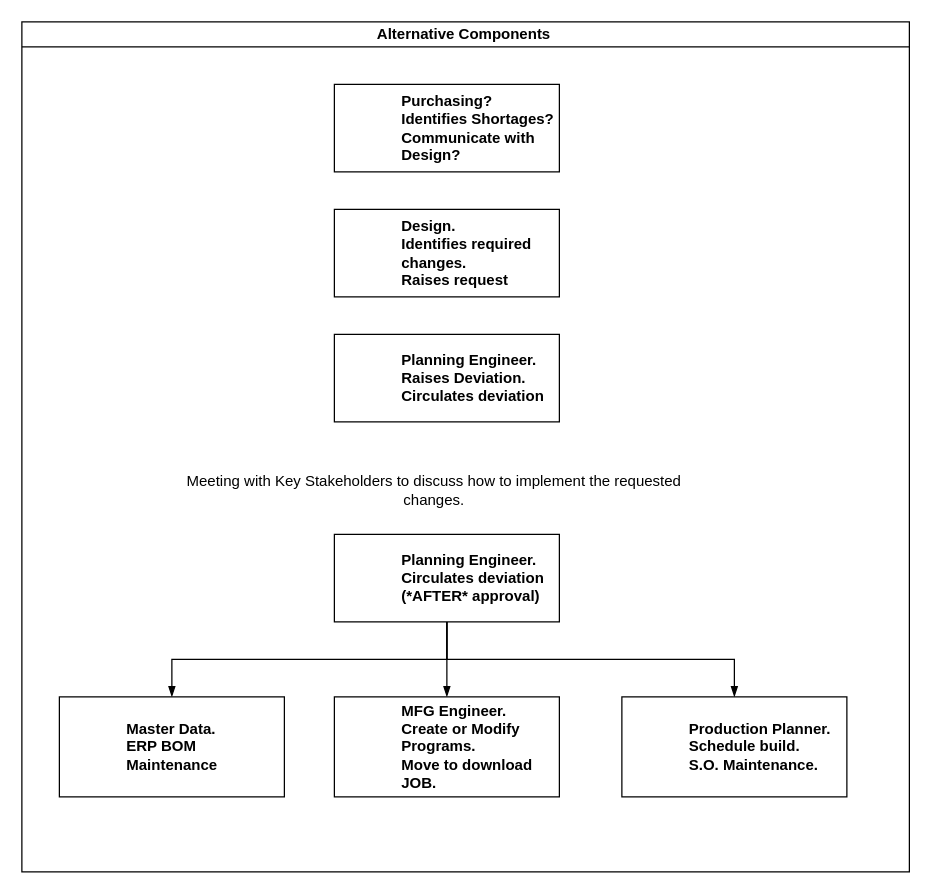
Above: Alt_Components.drawio in BertieHarte/Drawings (draw.io), before the change. Source tidied: cells renumbered, new cells numbered last; positions are measured from the earlier drawing's top-left corner, leaving out a move shared by most shapes. Both pictures are drawn from the tidied source at 125%, with x=0, y=0 at pixel (21, 21).
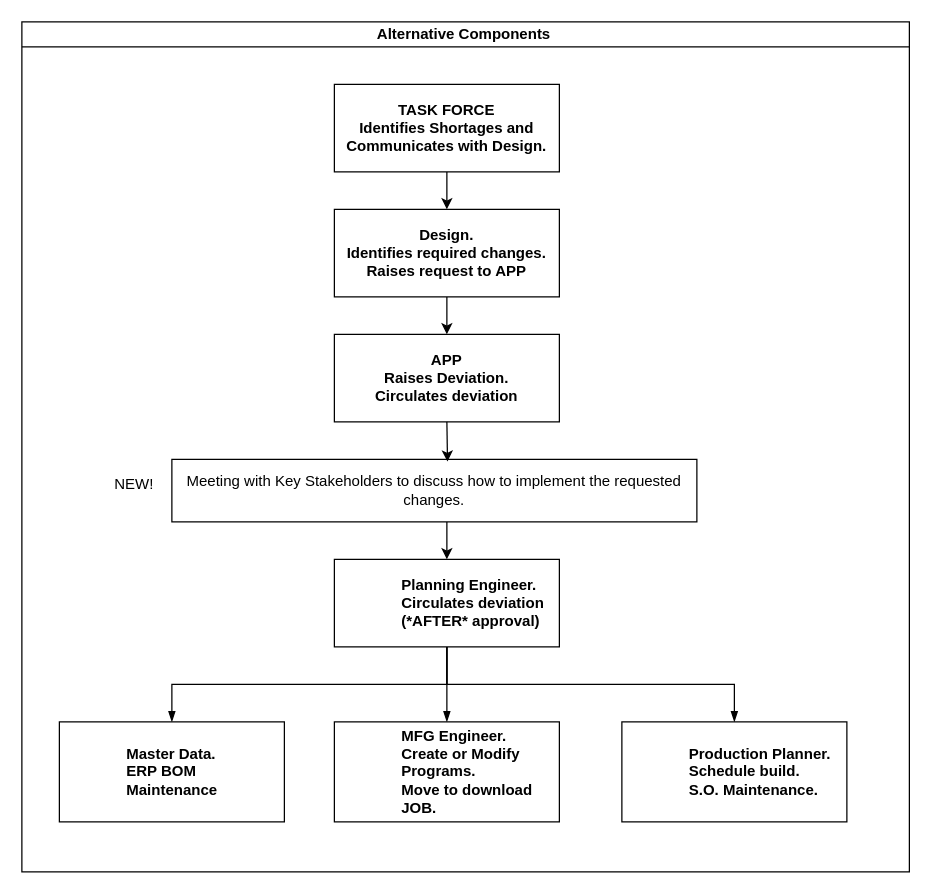
Above is the later version.

Change to the diagram source:
```diff
@@
+    <mxCell id="14" style="rounded=0;whiteSpace=wrap;html=1;align=center;" parent="1" vertex="1">
+      <mxGeometry x="120" y="350" width="420" height="50" as="geometry" />
+    </mxCell>
-    <mxCell id="2" value="Alternative Components&amp;nbsp;" style="swimlane;html=1;startSize=20;horizontal=1;containerType=tree;glass=0;" parent="1" vertex="1">
+    <mxCell id="2" value="Alternative Components&amp;nbsp;" style="swimlane;html=1;startSize=20;horizontal=1;containerType=tree;glass=0;align=center;" parent="1" vertex="1">
       <mxGeometry width="710" height="680" as="geometry" />
     </mxCell>
     <mxCell id="3" value="Planning Engineer.&lt;br&gt;Circulates deviation (*AFTER* approval)" style="label;whiteSpace=wrap;html=1;rounded=0;glass=0;" parent="2" vertex="1">
-      <mxGeometry x="250" y="410" width="180" height="70" as="geometry" />
+      <mxGeometry x="250" y="430" width="180" height="70" as="geometry" />
     </mxCell>
@@
     <mxCell id="5" value="Master Data.&lt;br&gt;ERP BOM Maintenance" style="label;whiteSpace=wrap;html=1;rounded=0;glass=0;" parent="2" vertex="1">
-      <mxGeometry x="30" y="540" width="180" height="80" as="geometry" />
+      <mxGeometry x="30" y="560" width="180" height="80" as="geometry" />
     </mxCell>
@@
     <mxCell id="7" value="MFG Engineer.&lt;br&gt;Create or Modify Programs.&lt;br&gt;Move to download JOB.&lt;br&gt;" style="label;whiteSpace=wrap;html=1;rounded=0;glass=0;" parent="2" vertex="1">
-      <mxGeometry x="250" y="540" width="180" height="80" as="geometry" />
+      <mxGeometry x="250" y="560" width="180" height="80" as="geometry" />
     </mxCell>
@@
     <mxCell id="9" value="Production Planner.&lt;br&gt;Schedule build.&lt;br&gt;S.O. Maintenance." style="label;whiteSpace=wrap;html=1;rounded=0;glass=0;" parent="2" vertex="1">
-      <mxGeometry x="480" y="540" width="180" height="80" as="geometry" />
+      <mxGeometry x="480" y="560" width="180" height="80" as="geometry" />
     </mxCell>
-    <mxCell id="10" value="Planning Engineer.&lt;br&gt;Raises Deviation.&lt;br&gt;Circulates deviation" style="label;whiteSpace=wrap;html=1;rounded=0;glass=0;" parent="2" vertex="1">
+    <mxCell id="10" value="APP&lt;br&gt;Raises Deviation.&lt;br&gt;Circulates deviation" style="label;whiteSpace=wrap;html=1;rounded=0;glass=0;align=center;spacingLeft=0;" parent="2" vertex="1">
       <mxGeometry x="250" y="250" width="180" height="70" as="geometry" />
     </mxCell>
-    <mxCell id="11" value="Design.&lt;br&gt;Identifies required changes.&lt;br&gt;Raises request" style="label;whiteSpace=wrap;html=1;rounded=0;glass=0;" parent="2" vertex="1">
+    <mxCell id="11" value="Design.&lt;br&gt;Identifies required changes.&lt;br&gt;Raises request to APP" style="label;whiteSpace=wrap;html=1;rounded=0;glass=0;spacingLeft=0;align=center;" parent="2" vertex="1">
       <mxGeometry x="250" y="150" width="180" height="70" as="geometry" />
     </mxCell>
@@
-    <mxCell id="13" value="Purchasing?&lt;br&gt;Identifies Shortages?&lt;br&gt;Communicate with Design?" style="label;whiteSpace=wrap;html=1;rounded=0;glass=0;" parent="2" vertex="1">
+    <mxCell id="13" value="TASK FORCE&lt;br&gt;Identifies Shortages and&lt;br&gt;Communicates with Design." style="label;whiteSpace=wrap;html=1;rounded=0;glass=0;align=center;spacingLeft=0;" parent="2" vertex="1">
       <mxGeometry x="250" y="50" width="180" height="70" as="geometry" />
     </mxCell>
+    <mxCell id="15" style="endArrow=classic;html=1;exitX=0.5;exitY=1;exitDx=0;exitDy=0;entryX=0.5;entryY=0;entryDx=0;entryDy=0;" parent="2" edge="1" source="13" target="11">
+      <mxGeometry relative="1" as="geometry" />
+    </mxCell>
+    <mxCell id="16" style="endArrow=classic;html=1;exitX=0.5;exitY=1;exitDx=0;exitDy=0;entryX=0.5;entryY=0;entryDx=0;entryDy=0;" parent="2" edge="1" source="11" target="10">
+      <mxGeometry relative="1" as="geometry" />
+    </mxCell>
+    <mxCell id="17" value="NEW!" style="text;html=1;strokeColor=none;fillColor=none;align=center;verticalAlign=middle;whiteSpace=wrap;rounded=0;" parent="2" vertex="1">
+      <mxGeometry x="70" y="360" width="40" height="20" as="geometry" />
+    </mxCell>
+    <mxCell id="18" style="endArrow=classic;html=1;exitX=0.5;exitY=1;exitDx=0;exitDy=0;entryX=0.525;entryY=0.036;entryDx=0;entryDy=0;entryPerimeter=0;" parent="1" edge="1" source="10" target="14">
+      <mxGeometry relative="1" as="geometry" />
+    </mxCell>
+    <mxCell id="19" style="endArrow=classic;html=1;entryX=0.5;entryY=0;entryDx=0;entryDy=0;" parent="1" edge="1" target="3">
+      <mxGeometry relative="1" as="geometry">
+        <mxPoint x="340" y="400" as="sourcePoint" />
+      </mxGeometry>
+    </mxCell>
```
